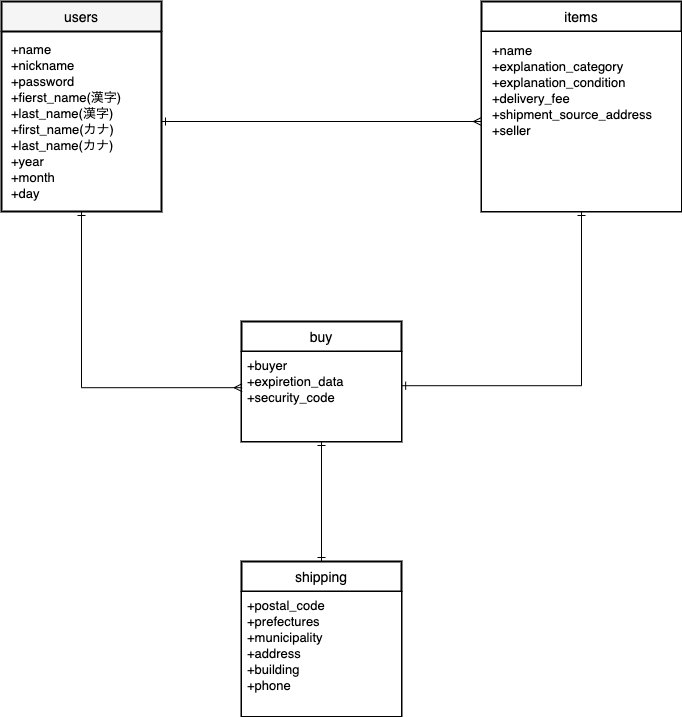
takashimayuusuke/furima-32497 keeps this draw.io diagram as furima.png. Above is the earlier version. Source tidied: cells renumbered, new cells last; positions are measured from the earlier drawing's top-left corner, leaving out a move shared by most shapes.
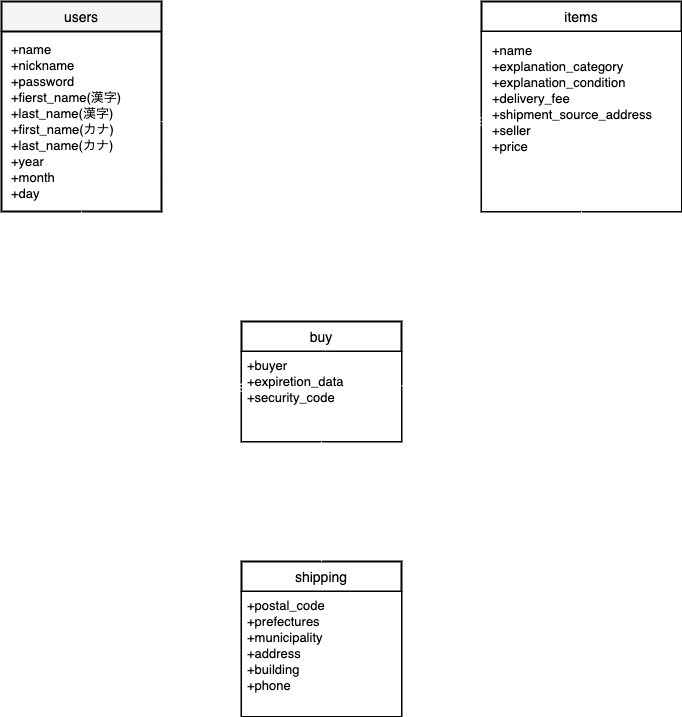
Later version of the same file.

Diff of the diagram source:
```diff
@@ -11,10 +11,10 @@
     <mxCell id="4" value="items" style="swimlane;horizontal=1;startSize=30;rounded=0;fontSize=14;fontStyle=0;strokeWidth=2;shadow=0;dashed=0;align=center;fontColor=#000000;labelBackgroundColor=none;fillColor=#FFFFFF;swimlaneFillColor=#FFFFFF;strokeColor=#000000;" parent="1" vertex="1">
       <mxGeometry x="480" width="200" height="210" as="geometry" />
     </mxCell>
-    <mxCell id="5" value="+name&#10;+explanation_category&#10;+explanation_condition&#10;+delivery_fee&#10;+shipment_source_address&#10;+seller" style="align=left;spacingLeft=4;fontSize=13;verticalAlign=top;spacing=7;fontColor=#000000;fillColor=#FFFFFF;strokeColor=#000000;" parent="4" vertex="1">
+    <mxCell id="5" value="+name&#10;+explanation_category&#10;+explanation_condition&#10;+delivery_fee&#10;+shipment_source_address&#10;+seller&#10;+price" style="align=left;spacingLeft=4;fontSize=13;verticalAlign=top;spacing=7;fontColor=#000000;fillColor=#FFFFFF;" parent="4" vertex="1">
       <mxGeometry y="30" width="200" height="180" as="geometry" />
     </mxCell>
-    <mxCell id="6" style="edgeStyle=orthogonalEdgeStyle;rounded=0;jettySize=auto;html=1;exitX=1;exitY=0.5;exitDx=0;exitDy=0;entryX=0;entryY=0.5;entryDx=0;entryDy=0;startArrow=ERone;startFill=0;startSize=6;endArrow=ERmany;endFill=0;" parent="1" edge="1" source="3" target="5">
+    <mxCell id="6" style="edgeStyle=orthogonalEdgeStyle;rounded=0;jettySize=auto;html=1;exitX=1;exitY=0.5;exitDx=0;exitDy=0;entryX=0;entryY=0.5;entryDx=0;entryDy=0;startArrow=ERone;startFill=0;startSize=6;endArrow=ERmany;endFill=0;strokeColor=#FFFFFF;" parent="1" edge="1" source="3" target="5">
       <mxGeometry relative="1" as="geometry" />
     </mxCell>
     <mxCell id="7" value="buy" style="swimlane;horizontal=1;startSize=30;rounded=0;fontSize=14;fontStyle=0;strokeWidth=2;shadow=0;dashed=0;align=center;fillColor=#FFFFFF;fontColor=#000000;strokeColor=#000000;swimlaneFillColor=#ffffff;" parent="1" vertex="1">
@@ -23,10 +23,10 @@
     <mxCell id="8" value="+buyer&#10;+expiretion_data&#10;+security_code" style="align=left;spacingLeft=4;fontSize=13;verticalAlign=top;fontColor=#000000;fillColor=#FFFFFF;strokeColor=#000000;" parent="7" vertex="1">
       <mxGeometry y="30" width="160" height="90" as="geometry" />
     </mxCell>
-    <mxCell id="9" style="edgeStyle=orthogonalEdgeStyle;rounded=0;jettySize=auto;html=1;exitX=0.5;exitY=1;exitDx=0;exitDy=0;entryX=0.004;entryY=0.402;entryDx=0;entryDy=0;entryPerimeter=0;startArrow=ERone;startFill=0;startSize=6;endArrow=ERmany;endFill=0;strokeWidth=1;" parent="1" edge="1" source="3" target="8">
+    <mxCell id="9" style="edgeStyle=orthogonalEdgeStyle;rounded=0;jettySize=auto;html=1;exitX=0.5;exitY=1;exitDx=0;exitDy=0;entryX=0.004;entryY=0.402;entryDx=0;entryDy=0;entryPerimeter=0;startArrow=ERone;startFill=0;startSize=6;endArrow=ERmany;endFill=0;strokeWidth=1;strokeColor=#FFFFFF;" parent="1" edge="1" source="3" target="8">
       <mxGeometry relative="1" as="geometry" />
     </mxCell>
-    <mxCell id="10" style="edgeStyle=orthogonalEdgeStyle;rounded=0;jettySize=auto;html=1;exitX=0.5;exitY=1;exitDx=0;exitDy=0;entryX=1.001;entryY=0.38;entryDx=0;entryDy=0;startArrow=ERone;startFill=0;startSize=6;endArrow=ERone;endFill=0;strokeWidth=1;entryPerimeter=0;" parent="1" edge="1" source="5" target="8">
+    <mxCell id="10" style="edgeStyle=orthogonalEdgeStyle;rounded=0;jettySize=auto;html=1;exitX=0.5;exitY=1;exitDx=0;exitDy=0;entryX=1.001;entryY=0.38;entryDx=0;entryDy=0;startArrow=ERone;startFill=0;startSize=6;endArrow=ERone;endFill=0;strokeWidth=1;entryPerimeter=0;strokeColor=#FFFFFF;" parent="1" edge="1" source="5" target="8">
       <mxGeometry relative="1" as="geometry" />
     </mxCell>
     <mxCell id="11" value="shipping" style="swimlane;horizontal=1;startSize=30;rounded=0;fontSize=14;fontStyle=0;strokeWidth=2;shadow=0;dashed=0;align=center;fillColor=#FFFFFF;fontColor=#000000;swimlaneFillColor=#000000;strokeColor=#000000;" parent="1" vertex="1">
@@ -35,7 +35,7 @@
     <mxCell id="12" value="+postal_code&#10;+prefectures&#10;+municipality&#10;+address&#10;+building&#10;+phone" style="align=left;spacingLeft=4;fontSize=13;verticalAlign=top;fillColor=#FFFFFF;fontColor=#000000;strokeColor=#000000;" parent="11" vertex="1">
       <mxGeometry y="30" width="160" height="125" as="geometry" />
     </mxCell>
-    <mxCell id="13" style="edgeStyle=orthogonalEdgeStyle;rounded=0;jettySize=auto;html=1;exitX=0.5;exitY=1;exitDx=0;exitDy=0;entryX=0.5;entryY=0;entryDx=0;entryDy=0;startArrow=ERone;startFill=0;startSize=6;endArrow=ERone;endFill=0;strokeWidth=1;" parent="1" edge="1" source="8" target="11">
+    <mxCell id="13" style="edgeStyle=orthogonalEdgeStyle;rounded=0;jettySize=auto;html=1;exitX=0.5;exitY=1;exitDx=0;exitDy=0;entryX=0.5;entryY=0;entryDx=0;entryDy=0;startArrow=ERone;startFill=0;startSize=6;endArrow=ERone;endFill=0;strokeWidth=1;strokeColor=#FFFFFF;" parent="1" edge="1" source="8" target="11">
       <mxGeometry relative="1" as="geometry" />
     </mxCell>
   </root>
```
